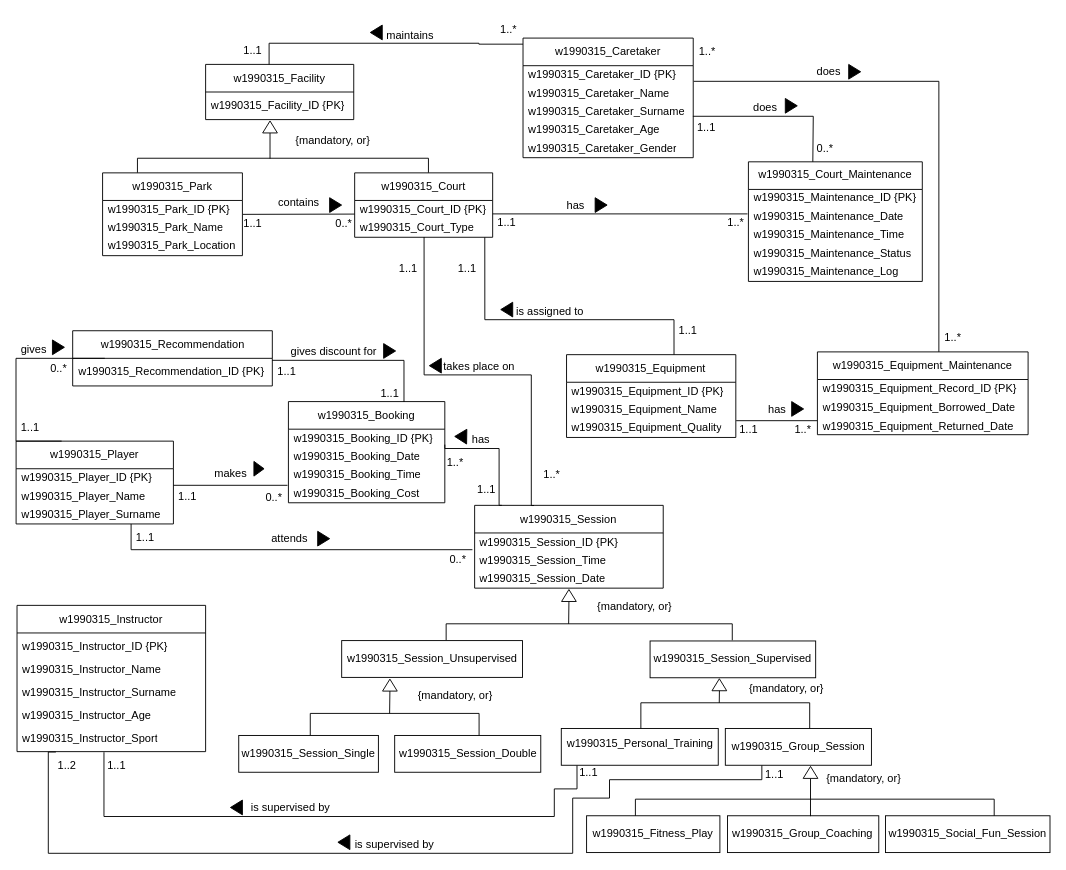
Earlier version of the draw.io diagram DB_cwk.drawio (frajdzia/DB_cwk). Source tidied: cells renumbered, new cells numbered last; positions are measured from the earlier drawing's top-left corner, leaving out a move shared by most shapes. Both pictures are drawn from the tidied source at 92%, with x=0, y=0 at pixel (16, 16).
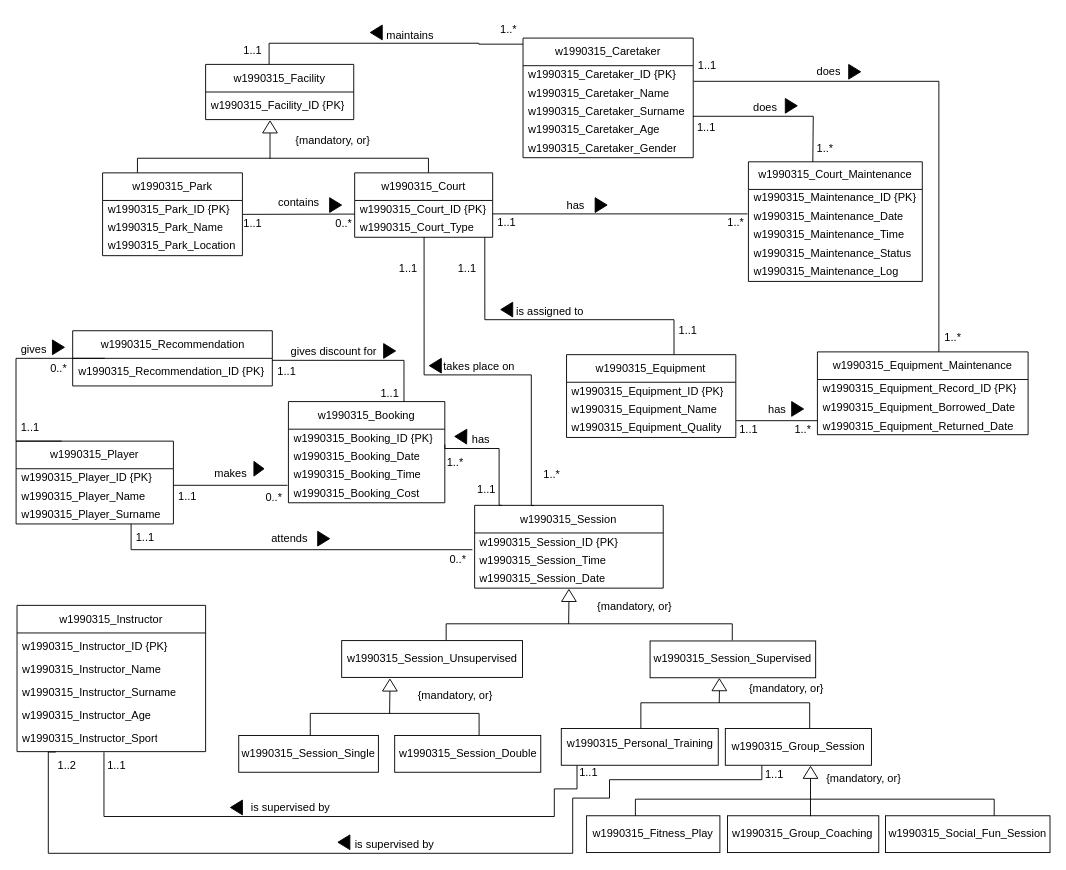
The same diagram, later.

What changed in the source:
```diff
@@
-    <mxCell id="99" value="1..*" style="text;html=1;align=center;verticalAlign=middle;whiteSpace=wrap;rounded=0;" parent="1" vertex="1">
-      <mxGeometry x="736" y="23.9" width="31" height="30" as="geometry" />
+    <mxCell id="99" value="1..1" style="text;html=1;align=center;verticalAlign=middle;whiteSpace=wrap;rounded=0;" parent="1" vertex="1">
+      <mxGeometry x="736" y="38.5" width="31" height="30" as="geometry" />
     </mxCell>
@@
-    <mxCell id="101" value="0..*" style="text;html=1;align=center;verticalAlign=middle;whiteSpace=wrap;rounded=0;" parent="1" vertex="1">
+    <mxCell id="101" value="1..*" style="text;html=1;align=center;verticalAlign=middle;whiteSpace=wrap;rounded=0;" parent="1" vertex="1">
       <mxGeometry x="864" y="128.5" width="31" height="30" as="geometry" />
     </mxCell>
```
